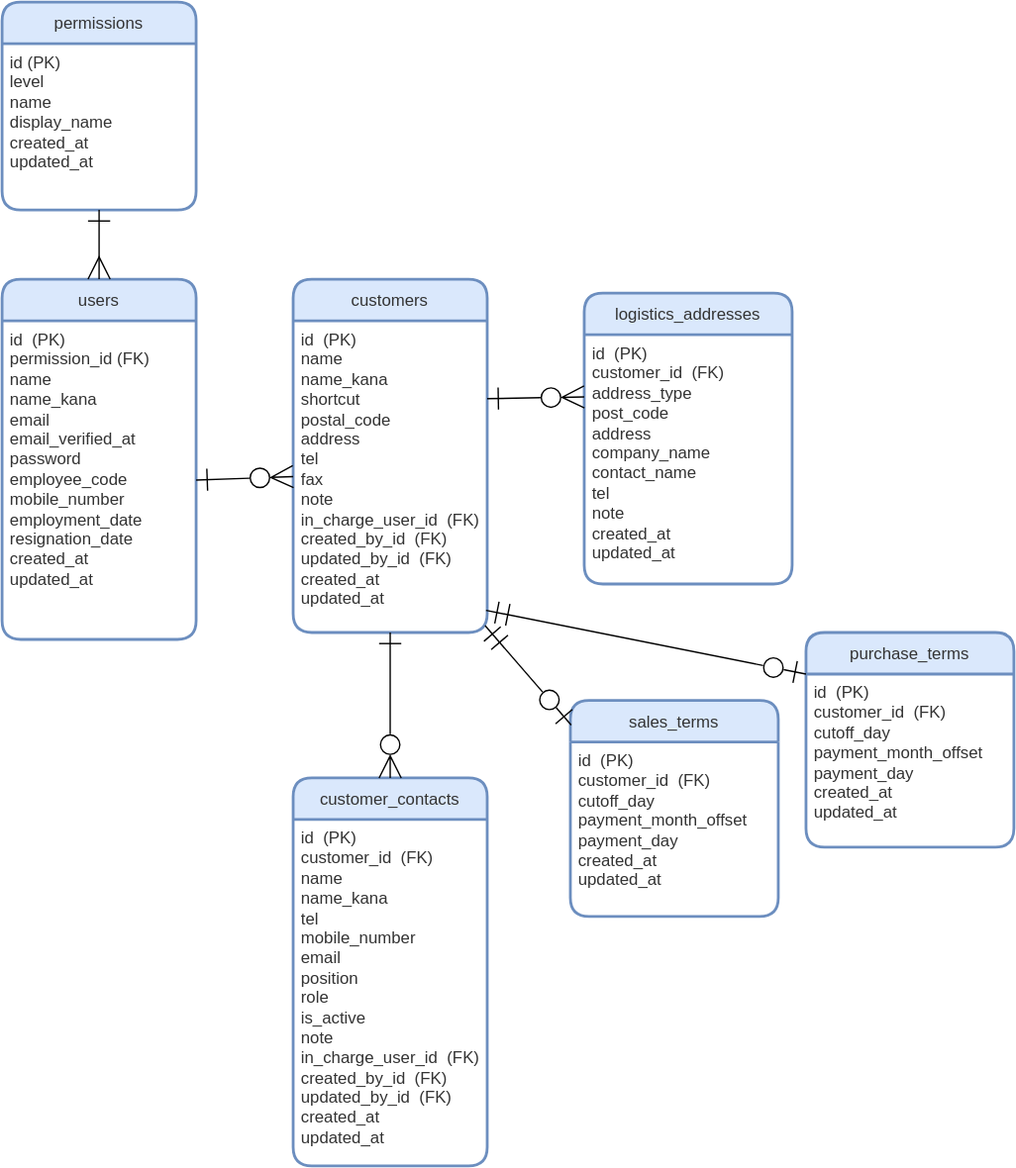
ryo-tom/flagship keeps this draw.io diagram as src/docs/ER.drawio.svg. Above is the earlier version. Source tidied: cells renumbered, new cells last; positions are measured from the earlier drawing's top-left corner, leaving out a move shared by most shapes.
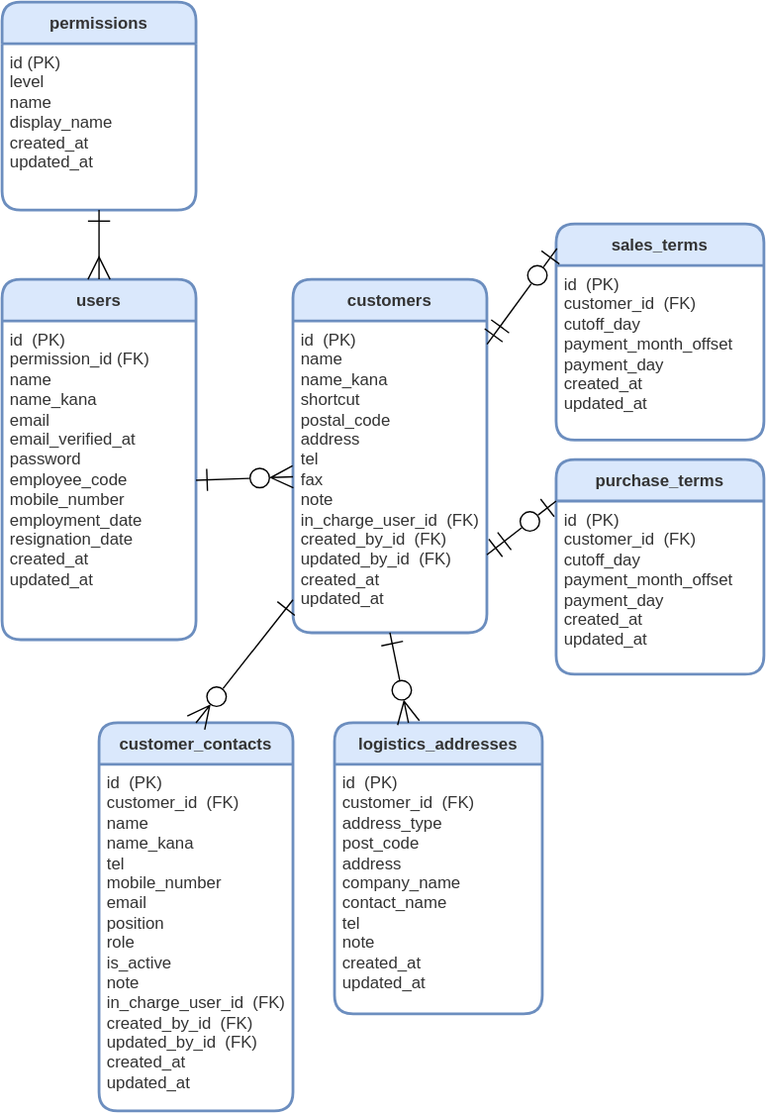
The same diagram one commit later.

Change to the diagram source:
```diff
@@ -2,13 +2,13 @@
   <root>
     <mxCell id="0" />
     <mxCell id="1" parent="0" />
-    <mxCell id="2" value="permissions" style="swimlane;horizontal=1;startSize=30;rounded=1;fontSize=12;fontStyle=0;strokeWidth=2;shadow=0;dashed=0;align=center;fillColor=#dae8fc;strokeColor=#6c8ebf;fontColor=#333333;labelBackgroundColor=none;gradientColor=none;swimlaneFillColor=#FFFFFF;verticalAlign=middle;" parent="1" vertex="1">
+    <mxCell id="2" value="permissions" style="swimlane;horizontal=1;startSize=30;rounded=1;fontSize=12;fontStyle=1;strokeWidth=2;shadow=0;dashed=0;align=center;fillColor=#dae8fc;strokeColor=#6c8ebf;fontColor=#333333;labelBackgroundColor=none;gradientColor=none;swimlaneFillColor=#FFFFFF;verticalAlign=middle;" parent="1" vertex="1">
       <mxGeometry width="140" height="150" as="geometry" />
     </mxCell>
     <mxCell id="3" value="id (PK)&lt;br style=&quot;font-size: 12px;&quot;&gt;level&lt;br style=&quot;font-size: 12px;&quot;&gt;name&lt;br style=&quot;font-size: 12px;&quot;&gt;display_name&lt;br style=&quot;font-size: 12px;&quot;&gt;created_at&lt;br style=&quot;font-size: 12px;&quot;&gt;updated_at" style="align=left;strokeColor=none;fillColor=none;spacingLeft=4;fontSize=12;verticalAlign=top;labelBackgroundColor=none;fontColor=#333333;html=1;" parent="2" vertex="1">
       <mxGeometry y="30" width="140" height="120" as="geometry" />
     </mxCell>
-    <mxCell id="4" value="users" style="swimlane;horizontal=1;startSize=30;rounded=1;fontSize=12;fontStyle=0;strokeWidth=2;shadow=0;dashed=0;align=center;fillColor=#dae8fc;strokeColor=#6c8ebf;fontColor=#333333;labelBackgroundColor=none;gradientColor=none;swimlaneFillColor=#FFFFFF;verticalAlign=middle;" parent="1" vertex="1">
+    <mxCell id="4" value="users" style="swimlane;horizontal=1;startSize=30;rounded=1;fontSize=12;fontStyle=1;strokeWidth=2;shadow=0;dashed=0;align=center;fillColor=#dae8fc;strokeColor=#6c8ebf;fontColor=#333333;labelBackgroundColor=none;gradientColor=none;swimlaneFillColor=#FFFFFF;verticalAlign=middle;" parent="1" vertex="1">
       <mxGeometry y="200" width="140" height="260" as="geometry" />
     </mxCell>
     <mxCell id="5" value="&lt;font style=&quot;font-size: 12px;&quot;&gt;id&amp;nbsp;&amp;nbsp;(PK)&lt;br style=&quot;font-size: 12px;&quot;&gt;permission_id (FK)&lt;br style=&quot;font-size: 12px;&quot;&gt;name&lt;br style=&quot;font-size: 12px;&quot;&gt;name_kana&lt;br style=&quot;font-size: 12px;&quot;&gt;email&lt;br style=&quot;font-size: 12px;&quot;&gt;email_verified_at&lt;br style=&quot;font-size: 12px;&quot;&gt;password&lt;br style=&quot;font-size: 12px;&quot;&gt;employee_code&lt;br style=&quot;font-size: 12px;&quot;&gt;mobile_number&lt;br style=&quot;font-size: 12px;&quot;&gt;employment_date&lt;br style=&quot;font-size: 12px;&quot;&gt;resignation_date&lt;br style=&quot;font-size: 12px;&quot;&gt;created_at&lt;br style=&quot;font-size: 12px;&quot;&gt;updated_at&lt;/font&gt;" style="align=left;strokeColor=none;fillColor=none;spacingLeft=4;fontSize=12;verticalAlign=top;html=1;fontColor=#333333;" parent="4" vertex="1">
@@ -17,7 +17,7 @@
     <mxCell id="6" style="edgeStyle=none;html=1;exitX=0.5;exitY=1;exitDx=0;exitDy=0;endArrow=ERmany;endFill=0;endSize=14;startArrow=ERone;startFill=0;startSize=14;targetPerimeterSpacing=0;jumpStyle=none;jumpSize=6;shadow=0;fontSize=12;verticalAlign=top;" parent="1" edge="1" source="3" target="4">
       <mxGeometry relative="1" as="geometry" />
     </mxCell>
-    <mxCell id="7" value="customers" style="swimlane;horizontal=1;startSize=30;rounded=1;fontSize=12;fontStyle=0;strokeWidth=2;shadow=0;dashed=0;align=center;fillColor=#dae8fc;strokeColor=#6c8ebf;fontColor=#333333;labelBackgroundColor=none;gradientColor=none;swimlaneFillColor=#FFFFFF;verticalAlign=middle;" parent="1" vertex="1">
+    <mxCell id="7" value="customers" style="swimlane;horizontal=1;startSize=30;rounded=1;fontSize=12;fontStyle=1;strokeWidth=2;shadow=0;dashed=0;align=center;fillColor=#dae8fc;strokeColor=#6c8ebf;fontColor=#333333;labelBackgroundColor=none;gradientColor=none;swimlaneFillColor=#FFFFFF;verticalAlign=middle;" parent="1" vertex="1">
       <mxGeometry x="210" y="200" width="140" height="255" as="geometry" />
     </mxCell>
     <mxCell id="8" value="&lt;font style=&quot;font-size: 12px;&quot;&gt;id&amp;nbsp;&amp;nbsp;(PK)&lt;br style=&quot;font-size: 12px;&quot;&gt;name&lt;br style=&quot;font-size: 12px;&quot;&gt;name_kana&lt;br style=&quot;font-size: 12px;&quot;&gt;shortcut&lt;br style=&quot;font-size: 12px;&quot;&gt;postal_code&lt;br style=&quot;font-size: 12px;&quot;&gt;address&lt;br style=&quot;font-size: 12px;&quot;&gt;tel&lt;br style=&quot;font-size: 12px;&quot;&gt;fax&lt;br style=&quot;font-size: 12px;&quot;&gt;note&lt;br style=&quot;font-size: 12px;&quot;&gt;in_charge_user_id&amp;nbsp;&amp;nbsp;(FK)&lt;br style=&quot;font-size: 12px;&quot;&gt;created_by_id&amp;nbsp;&amp;nbsp;(FK)&lt;br style=&quot;font-size: 12px;&quot;&gt;updated_by_id&amp;nbsp;&amp;nbsp;(FK)&lt;br style=&quot;font-size: 12px;&quot;&gt;created_at&lt;br style=&quot;font-size: 12px;&quot;&gt;updated_at&lt;/font&gt;" style="align=left;strokeColor=none;fillColor=none;spacingLeft=4;fontSize=12;verticalAlign=top;fontColor=#333333;html=1;" parent="7" vertex="1">
@@ -26,8 +26,8 @@
     <mxCell id="9" style="edgeStyle=none;shape=connector;rounded=1;jumpStyle=none;jumpSize=6;html=1;exitX=1;exitY=0.5;exitDx=0;exitDy=0;shadow=0;labelBackgroundColor=default;strokeColor=default;fontFamily=Helvetica;fontSize=12;fontColor=default;startArrow=ERone;startFill=0;endArrow=ERzeroToMany;endFill=0;startSize=14;endSize=14;targetPerimeterSpacing=0;strokeWidth=1;entryX=0;entryY=0.5;entryDx=0;entryDy=0;verticalAlign=top;" parent="1" edge="1" source="5" target="8">
       <mxGeometry relative="1" as="geometry" />
     </mxCell>
-    <mxCell id="10" value="customer_contacts" style="swimlane;horizontal=1;startSize=30;rounded=1;fontSize=12;fontStyle=0;strokeWidth=2;shadow=0;dashed=0;align=center;fillColor=#dae8fc;strokeColor=#6c8ebf;fontColor=#333333;labelBackgroundColor=none;gradientColor=none;swimlaneFillColor=#FFFFFF;verticalAlign=middle;" parent="1" vertex="1">
-      <mxGeometry x="210" y="560" width="140" height="280" as="geometry" />
+    <mxCell id="10" value="customer_contacts" style="swimlane;horizontal=1;startSize=30;rounded=1;fontSize=12;fontStyle=1;strokeWidth=2;shadow=0;dashed=0;align=center;fillColor=#dae8fc;strokeColor=#6c8ebf;fontColor=#333333;labelBackgroundColor=none;gradientColor=none;swimlaneFillColor=#FFFFFF;verticalAlign=middle;" parent="1" vertex="1">
+      <mxGeometry x="70" y="520" width="140" height="280" as="geometry" />
     </mxCell>
     <mxCell id="11" value="&lt;font style=&quot;font-size: 12px;&quot;&gt;id&amp;nbsp;&amp;nbsp;(PK)&lt;br style=&quot;font-size: 12px;&quot;&gt;customer_id&amp;nbsp;&amp;nbsp;(FK)&lt;br style=&quot;font-size: 12px;&quot;&gt;name&lt;br style=&quot;font-size: 12px;&quot;&gt;name_kana&lt;br style=&quot;font-size: 12px;&quot;&gt;tel&lt;br style=&quot;font-size: 12px;&quot;&gt;mobile_number&lt;br style=&quot;font-size: 12px;&quot;&gt;email&lt;br style=&quot;font-size: 12px;&quot;&gt;position&lt;br style=&quot;font-size: 12px;&quot;&gt;role&lt;br style=&quot;font-size: 12px;&quot;&gt;is_active&lt;br style=&quot;font-size: 12px;&quot;&gt;note&lt;br style=&quot;font-size: 12px;&quot;&gt;in_charge_user_id&amp;nbsp;&amp;nbsp;(FK)&lt;br style=&quot;font-size: 12px;&quot;&gt;created_by_id&amp;nbsp;&amp;nbsp;(FK)&lt;br style=&quot;font-size: 12px;&quot;&gt;updated_by_id&amp;nbsp;&amp;nbsp;(FK)&lt;br style=&quot;font-size: 12px;&quot;&gt;created_at&lt;br style=&quot;font-size: 12px;&quot;&gt;updated_at&lt;/font&gt;" style="align=left;strokeColor=none;fillColor=none;spacingLeft=4;fontSize=12;verticalAlign=top;fontColor=#333333;html=1;" parent="10" vertex="1">
       <mxGeometry y="30" width="140" height="250" as="geometry" />
@@ -35,31 +35,31 @@
     <mxCell id="12" style="edgeStyle=none;shape=connector;rounded=1;jumpStyle=none;jumpSize=6;html=1;entryX=0.5;entryY=0;entryDx=0;entryDy=0;shadow=0;labelBackgroundColor=default;strokeColor=default;fontFamily=Helvetica;fontSize=12;fontColor=default;startArrow=ERone;startFill=0;endArrow=ERzeroToMany;endFill=0;startSize=14;endSize=14;targetPerimeterSpacing=0;verticalAlign=top;" parent="1" edge="1" source="8" target="10">
       <mxGeometry relative="1" as="geometry" />
     </mxCell>
-    <mxCell id="13" value="logistics_addresses" style="swimlane;horizontal=1;startSize=30;rounded=1;fontSize=12;fontStyle=0;strokeWidth=2;shadow=0;dashed=0;align=center;fillColor=#dae8fc;strokeColor=#6c8ebf;fontColor=#333333;labelBackgroundColor=none;gradientColor=none;swimlaneFillColor=#FFFFFF;verticalAlign=middle;" parent="1" vertex="1">
-      <mxGeometry x="420" y="210" width="150" height="210" as="geometry" />
+    <mxCell id="13" value="logistics_addresses" style="swimlane;horizontal=1;startSize=30;rounded=1;fontSize=12;fontStyle=1;strokeWidth=2;shadow=0;dashed=0;align=center;fillColor=#dae8fc;strokeColor=#6c8ebf;fontColor=#333333;labelBackgroundColor=none;gradientColor=none;swimlaneFillColor=#FFFFFF;verticalAlign=middle;" parent="1" vertex="1">
+      <mxGeometry x="240" y="520" width="150" height="210" as="geometry" />
     </mxCell>
     <mxCell id="14" value="&lt;font style=&quot;font-size: 12px;&quot;&gt;id&amp;nbsp;&amp;nbsp;(PK)&lt;br style=&quot;font-size: 12px;&quot;&gt;customer_id&amp;nbsp;&amp;nbsp;(FK)&lt;br style=&quot;font-size: 12px;&quot;&gt;address_type&lt;br style=&quot;font-size: 12px;&quot;&gt;post_code&lt;br style=&quot;font-size: 12px;&quot;&gt;address&lt;br style=&quot;font-size: 12px;&quot;&gt;company_name&lt;br style=&quot;font-size: 12px;&quot;&gt;contact_name&lt;br style=&quot;font-size: 12px;&quot;&gt;tel&lt;br style=&quot;font-size: 12px;&quot;&gt;note&lt;br style=&quot;font-size: 12px;&quot;&gt;created_at&lt;br style=&quot;font-size: 12px;&quot;&gt;updated_at&lt;/font&gt;" style="align=left;strokeColor=none;fillColor=none;spacingLeft=4;fontSize=12;verticalAlign=top;fontColor=#333333;html=1;" parent="13" vertex="1">
       <mxGeometry y="30" width="150" height="180" as="geometry" />
     </mxCell>
-    <mxCell id="15" style="edgeStyle=none;shape=connector;rounded=1;jumpStyle=none;jumpSize=6;html=1;exitX=1;exitY=0.25;exitDx=0;exitDy=0;entryX=0;entryY=0.25;entryDx=0;entryDy=0;shadow=0;labelBackgroundColor=default;strokeColor=default;fontFamily=Helvetica;fontSize=12;fontColor=default;startArrow=ERone;startFill=0;endArrow=ERzeroToMany;endFill=0;startSize=14;endSize=14;targetPerimeterSpacing=0;verticalAlign=top;" parent="1" edge="1" source="8" target="14">
+    <mxCell id="15" style="edgeStyle=none;shape=connector;rounded=1;jumpStyle=none;jumpSize=6;html=1;exitX=0.5;exitY=1;exitDx=0;exitDy=0;shadow=0;labelBackgroundColor=default;strokeColor=default;fontFamily=Helvetica;fontSize=12;fontColor=default;startArrow=ERone;startFill=0;endArrow=ERzeroToMany;endFill=0;startSize=14;endSize=14;targetPerimeterSpacing=0;verticalAlign=top;" parent="1" edge="1" source="8" target="13">
       <mxGeometry relative="1" as="geometry" />
     </mxCell>
-    <mxCell id="16" value="sales_terms" style="swimlane;horizontal=1;startSize=30;rounded=1;fontSize=12;fontStyle=0;strokeWidth=2;shadow=0;dashed=0;align=center;fillColor=#dae8fc;strokeColor=#6c8ebf;fontColor=#333333;labelBackgroundColor=none;gradientColor=none;swimlaneFillColor=#FFFFFF;verticalAlign=middle;" parent="1" vertex="1">
-      <mxGeometry x="410" y="504" width="150" height="156" as="geometry" />
+    <mxCell id="16" value="sales_terms" style="swimlane;horizontal=1;startSize=30;rounded=1;fontSize=12;fontStyle=1;strokeWidth=2;shadow=0;dashed=0;align=center;fillColor=#dae8fc;strokeColor=#6c8ebf;fontColor=#333333;labelBackgroundColor=none;gradientColor=none;swimlaneFillColor=#FFFFFF;verticalAlign=middle;" parent="1" vertex="1">
+      <mxGeometry x="400" y="160" width="150" height="156" as="geometry" />
     </mxCell>
     <mxCell id="17" value="&lt;font style=&quot;&quot;&gt;id&amp;nbsp;&amp;nbsp;(PK)&lt;br style=&quot;font-size: 12px;&quot;&gt;customer_id&amp;nbsp;&amp;nbsp;(FK)&lt;br style=&quot;font-size: 12px;&quot;&gt;&lt;div style=&quot;&quot;&gt;cutoff_day&lt;/div&gt;&lt;div style=&quot;&quot;&gt;payment_month_offset&lt;/div&gt;&lt;div style=&quot;&quot;&gt;payment_day&lt;/div&gt;&lt;div style=&quot;&quot;&gt;created_at&lt;/div&gt;&lt;div style=&quot;&quot;&gt;updated_at&lt;/div&gt;&lt;/font&gt;" style="align=left;strokeColor=none;fillColor=none;spacingLeft=4;fontSize=12;verticalAlign=top;fontColor=#333333;html=1;" parent="16" vertex="1">
       <mxGeometry y="30" width="150" height="126" as="geometry" />
     </mxCell>
-    <mxCell id="18" value="purchase_terms" style="swimlane;horizontal=1;startSize=30;rounded=1;fontSize=12;fontStyle=0;strokeWidth=2;shadow=0;dashed=0;align=center;fillColor=#dae8fc;strokeColor=#6c8ebf;fontColor=#333333;labelBackgroundColor=none;gradientColor=none;swimlaneFillColor=#FFFFFF;verticalAlign=middle;" parent="1" vertex="1">
-      <mxGeometry x="580" y="455" width="150" height="155" as="geometry" />
+    <mxCell id="18" value="purchase_terms" style="swimlane;horizontal=1;startSize=30;rounded=1;fontSize=12;fontStyle=1;strokeWidth=2;shadow=0;dashed=0;align=center;fillColor=#dae8fc;strokeColor=#6c8ebf;fontColor=#333333;labelBackgroundColor=none;gradientColor=none;swimlaneFillColor=#FFFFFF;verticalAlign=middle;" parent="1" vertex="1">
+      <mxGeometry x="400" y="330" width="150" height="155" as="geometry" />
     </mxCell>
     <mxCell id="19" value="&lt;font style=&quot;&quot;&gt;id&amp;nbsp;&amp;nbsp;(PK)&lt;br style=&quot;font-size: 12px;&quot;&gt;customer_id&amp;nbsp;&amp;nbsp;(FK)&lt;br style=&quot;font-size: 12px;&quot;&gt;&lt;div style=&quot;&quot;&gt;cutoff_day&lt;/div&gt;&lt;div style=&quot;&quot;&gt;payment_month_offset&lt;/div&gt;&lt;div style=&quot;&quot;&gt;payment_day&lt;/div&gt;&lt;div style=&quot;&quot;&gt;created_at&lt;/div&gt;&lt;div style=&quot;&quot;&gt;updated_at&lt;/div&gt;&lt;/font&gt;" style="align=left;strokeColor=none;fillColor=none;spacingLeft=4;fontSize=12;verticalAlign=top;fontColor=#333333;html=1;" parent="18" vertex="1">
       <mxGeometry y="30" width="150" height="125" as="geometry" />
     </mxCell>
-    <mxCell id="20" style="edgeStyle=none;shape=connector;rounded=1;jumpStyle=none;jumpSize=6;html=1;exitX=0.989;exitY=0.978;exitDx=0;exitDy=0;entryX=0.004;entryY=0.114;entryDx=0;entryDy=0;shadow=0;labelBackgroundColor=default;strokeColor=default;fontFamily=Helvetica;fontSize=12;fontColor=default;startArrow=ERmandOne;startFill=0;endArrow=ERzeroToOne;endFill=0;startSize=14;endSize=14;targetPerimeterSpacing=0;verticalAlign=top;exitPerimeter=0;entryPerimeter=0;" parent="1" edge="1" source="8" target="16">
+    <mxCell id="20" style="edgeStyle=none;shape=connector;rounded=1;jumpStyle=none;jumpSize=6;html=1;entryX=0.004;entryY=0.114;entryDx=0;entryDy=0;shadow=0;labelBackgroundColor=default;strokeColor=default;fontFamily=Helvetica;fontSize=12;fontColor=default;startArrow=ERmandOne;startFill=0;endArrow=ERzeroToOne;endFill=0;startSize=14;endSize=14;targetPerimeterSpacing=0;verticalAlign=top;entryPerimeter=0;exitX=1.001;exitY=0.075;exitDx=0;exitDy=0;exitPerimeter=0;" parent="1" edge="1" source="8" target="16">
       <mxGeometry relative="1" as="geometry" />
     </mxCell>
-    <mxCell id="21" style="edgeStyle=none;shape=connector;rounded=1;jumpStyle=none;jumpSize=6;html=1;exitX=0.994;exitY=0.929;exitDx=0;exitDy=0;entryX=0;entryY=0;entryDx=0;entryDy=0;shadow=0;labelBackgroundColor=default;strokeColor=default;fontFamily=Helvetica;fontSize=12;fontColor=default;startArrow=ERmandOne;startFill=0;endArrow=ERzeroToOne;endFill=0;startSize=14;endSize=14;targetPerimeterSpacing=0;verticalAlign=top;exitPerimeter=0;" parent="1" edge="1" source="8" target="19">
+    <mxCell id="21" style="edgeStyle=none;shape=connector;rounded=1;jumpStyle=none;jumpSize=6;html=1;exitX=1;exitY=0.75;exitDx=0;exitDy=0;entryX=0;entryY=0;entryDx=0;entryDy=0;shadow=0;labelBackgroundColor=default;strokeColor=default;fontFamily=Helvetica;fontSize=12;fontColor=default;startArrow=ERmandOne;startFill=0;endArrow=ERzeroToOne;endFill=0;startSize=14;endSize=14;targetPerimeterSpacing=0;verticalAlign=top;" parent="1" edge="1" source="8" target="19">
       <mxGeometry relative="1" as="geometry" />
     </mxCell>
   </root>
```
